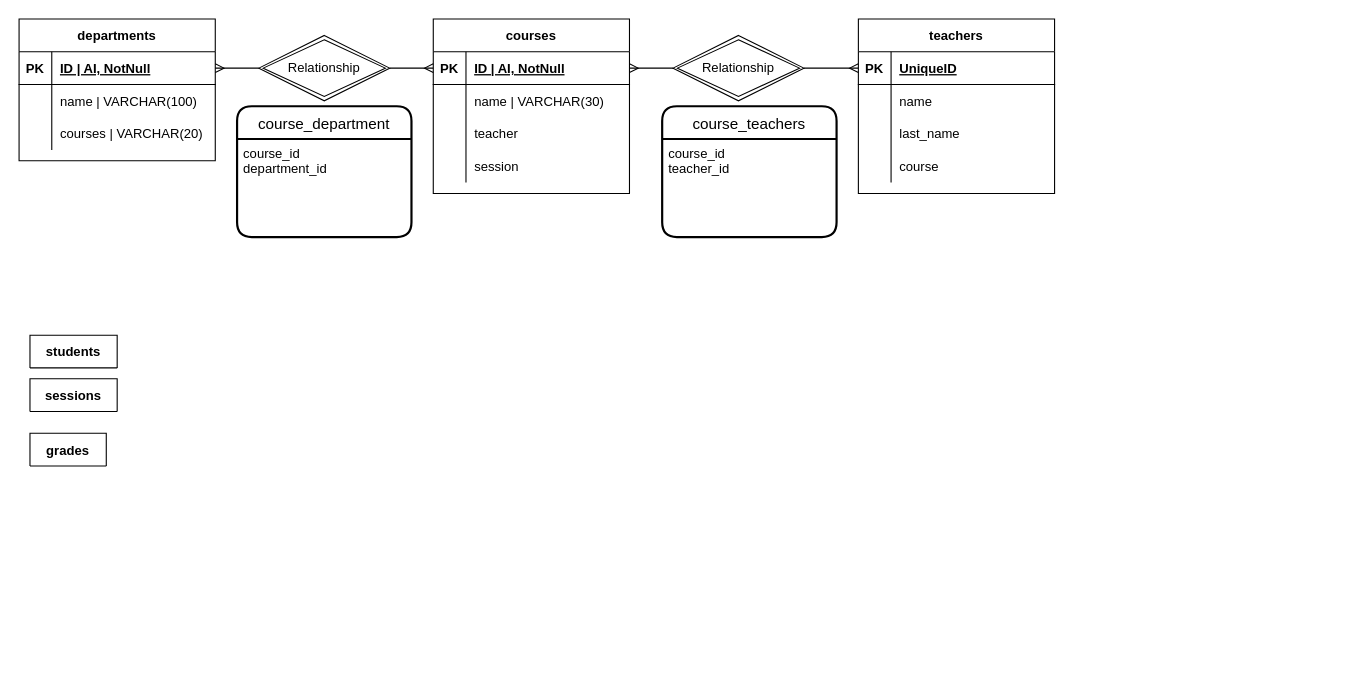
This is db_university.drawio from Moonatic89/db-university, a draw.io file, before an edit. Source tidied: cells renumbered, new cells numbered last; positions are measured from the earlier drawing's top-left corner, leaving out a move shared by most shapes. Both pictures are drawn from the tidied source at 109%, with x=0, y=0 at pixel (19, 19).
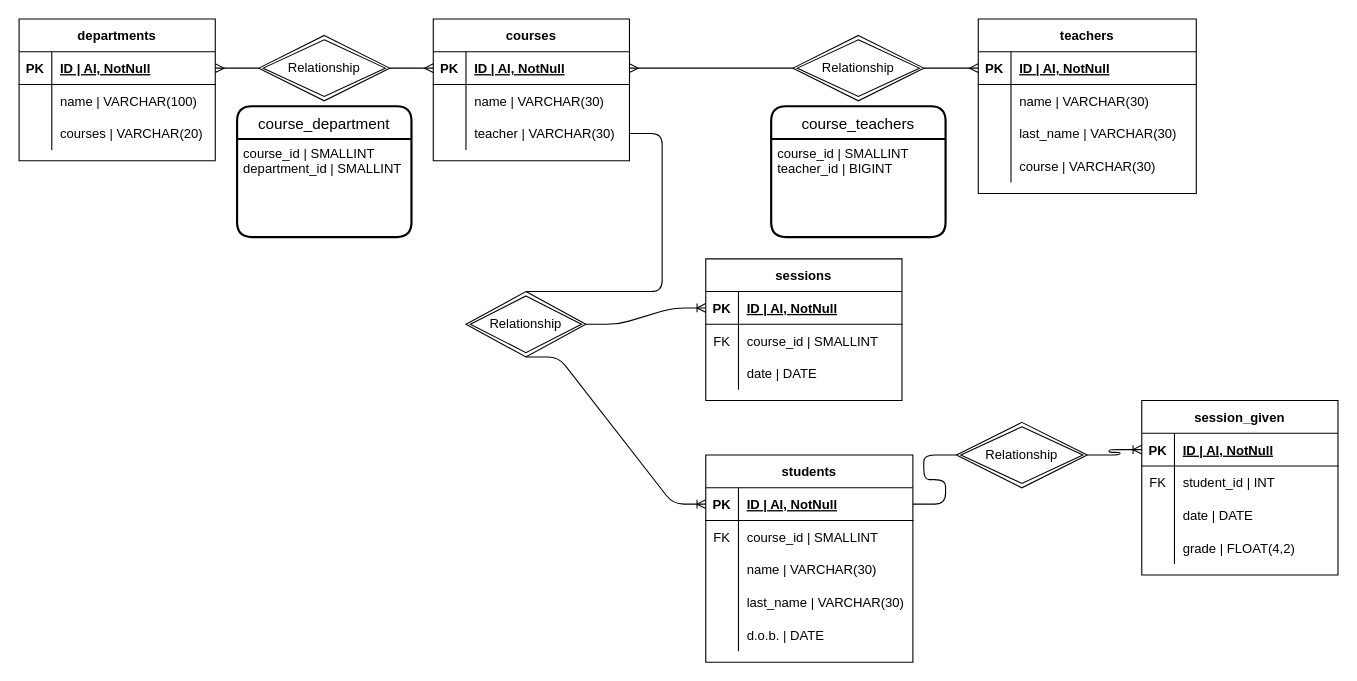
After the change.

Commit message:
Exercise complete

Unchanged cells that the change refers to:
```xml
<mxCell id="19" style="shape=partialRectangle;fillColor=none;top=0;left=0;bottom=0;right=0;points=[[0,0.5],[1,0.5]];portConstraint=eastwest;" parent="12" vertex="1">
  <mxGeometry y="90" width="180" height="30" as="geometry" />
</mxCell>
<mxCell id="44" value="course_department" style="swimlane;horizontal=1;startSize=30;rounded=1;fontSize=14;fontStyle=0;strokeWidth=2;shadow=0;dashed=0;align=center;" parent="1" vertex="1">
  <mxGeometry x="200" y="80" width="160" height="120" as="geometry" />
</mxCell>
```

The edit, as a diff of the source:
```diff
@@
     <mxCell id="12" value="courses" style="shape=table;startSize=30;childLayout=tableLayout;rowLines=0;fontStyle=1;align=center;" parent="1" vertex="1">
-      <mxGeometry x="380" width="180" height="160" as="geometry" />
+      <mxGeometry x="380" width="180" height="130" as="geometry" />
     </mxCell>
@@
-    <mxCell id="21" value="teacher" style="shape=partialRectangle;fillColor=none;top=0;left=0;bottom=0;right=0;align=left;spacingLeft=6;overflow=hidden;" parent="19" vertex="1">
+    <mxCell id="21" value="teacher | VARCHAR(30)" style="shape=partialRectangle;fillColor=none;top=0;left=0;bottom=0;right=0;align=left;spacingLeft=6;overflow=hidden;" parent="19" vertex="1">
       <mxGeometry x="30" width="150" height="30" as="geometry" />
     </mxCell>
-    <mxCell id="22" style="shape=partialRectangle;fillColor=none;top=0;left=0;bottom=0;right=0;" parent="12" vertex="1">
-      <mxGeometry y="120" width="180" height="30" as="geometry" />
-    </mxCell>
-    <mxCell id="23" style="shape=partialRectangle;fillColor=none;top=0;left=0;bottom=0;right=0;overflow=hidden;" parent="22" vertex="1">
-      <mxGeometry width="30" height="30" as="geometry" />
-    </mxCell>
-    <mxCell id="24" value="session" style="shape=partialRectangle;fillColor=none;top=0;left=0;bottom=0;right=0;align=left;spacingLeft=6;overflow=hidden;" parent="22" vertex="1">
-      <mxGeometry x="30" width="150" height="30" as="geometry" />
-    </mxCell>
     <mxCell id="25" value="teachers" style="shape=table;startSize=30;childLayout=tableLayout;rowLines=0;fontStyle=1;align=center;" parent="1" vertex="1">
-      <mxGeometry x="770" width="180" height="160" as="geometry" />
+      <mxGeometry x="880" width="200" height="160" as="geometry" />
     </mxCell>
     <mxCell id="26" style="shape=partialRectangle;fillColor=none;top=0;left=0;bottom=1;right=0;points=[[0,0.5],[1,0.5]];portConstraint=eastwest;" parent="25" vertex="1">
-      <mxGeometry y="30" width="180" height="30" as="geometry" />
+      <mxGeometry y="30" width="200" height="30" as="geometry" />
     </mxCell>
@@
-    <mxCell id="28" value="UniqueID" style="shape=partialRectangle;fillColor=none;top=0;left=0;bottom=0;right=0;align=left;spacingLeft=6;fontStyle=5;overflow=hidden;" parent="26" vertex="1">
-      <mxGeometry x="30" width="150" height="30" as="geometry" />
+    <mxCell id="28" value="ID | AI, NotNull" style="shape=partialRectangle;fillColor=none;top=0;left=0;bottom=0;right=0;align=left;spacingLeft=6;fontStyle=5;overflow=hidden;" parent="26" vertex="1">
+      <mxGeometry x="30" width="170" height="30" as="geometry" />
     </mxCell>
     <mxCell id="29" style="shape=partialRectangle;fillColor=none;top=0;left=0;bottom=0;right=0;" parent="25" vertex="1">
-      <mxGeometry y="60" width="180" height="30" as="geometry" />
+      <mxGeometry y="60" width="200" height="30" as="geometry" />
     </mxCell>
@@
-    <mxCell id="31" value="name" style="shape=partialRectangle;fillColor=none;top=0;left=0;bottom=0;right=0;align=left;spacingLeft=6;overflow=hidden;" parent="29" vertex="1">
-      <mxGeometry x="30" width="150" height="30" as="geometry" />
+    <mxCell id="31" value="name | VARCHAR(30)" style="shape=partialRectangle;fillColor=none;top=0;left=0;bottom=0;right=0;align=left;spacingLeft=6;overflow=hidden;" parent="29" vertex="1">
+      <mxGeometry x="30" width="170" height="30" as="geometry" />
     </mxCell>
     <mxCell id="32" style="shape=partialRectangle;fillColor=none;top=0;left=0;bottom=0;right=0;" parent="25" vertex="1">
-      <mxGeometry y="90" width="180" height="30" as="geometry" />
+      <mxGeometry y="90" width="200" height="30" as="geometry" />
     </mxCell>
@@
-    <mxCell id="34" value="last_name" style="shape=partialRectangle;fillColor=none;top=0;left=0;bottom=0;right=0;align=left;spacingLeft=6;overflow=hidden;" parent="32" vertex="1">
-      <mxGeometry x="30" width="150" height="30" as="geometry" />
+    <mxCell id="34" value="last_name | VARCHAR(30)" style="shape=partialRectangle;fillColor=none;top=0;left=0;bottom=0;right=0;align=left;spacingLeft=6;overflow=hidden;" parent="32" vertex="1">
+      <mxGeometry x="30" width="170" height="30" as="geometry" />
     </mxCell>
     <mxCell id="35" style="shape=partialRectangle;fillColor=none;top=0;left=0;bottom=0;right=0;" parent="25" vertex="1">
-      <mxGeometry y="120" width="180" height="30" as="geometry" />
+      <mxGeometry y="120" width="200" height="30" as="geometry" />
     </mxCell>
@@
-    <mxCell id="37" value="course" style="shape=partialRectangle;fillColor=none;top=0;left=0;bottom=0;right=0;align=left;spacingLeft=6;overflow=hidden;" parent="35" vertex="1">
-      <mxGeometry x="30" width="150" height="30" as="geometry" />
+    <mxCell id="37" value="course | VARCHAR(30)" style="shape=partialRectangle;fillColor=none;top=0;left=0;bottom=0;right=0;align=left;spacingLeft=6;overflow=hidden;" parent="35" vertex="1">
+      <mxGeometry x="30" width="170" height="30" as="geometry" />
     </mxCell>
-    <mxCell id="38" value="students" style="shape=table;startSize=30;childLayout=tableLayout;rowLines=0;fontStyle=1;align=center;" parent="1" vertex="1" collapsed="1">
-      <mxGeometry x="10" y="290" width="80" height="30" as="geometry" />
+    <mxCell id="38" value="students" style="shape=table;startSize=30;childLayout=tableLayout;rowLines=0;fontStyle=1;align=center;" parent="1" vertex="1">
+      <mxGeometry x="630" y="400" width="190" height="190" as="geometry" />
     </mxCell>
+    <mxCell id="52" style="shape=partialRectangle;fillColor=none;top=0;left=0;bottom=1;right=0;points=[[0,0.5],[1,0.5]];portConstraint=eastwest;" parent="38" vertex="1">
+      <mxGeometry y="30" width="190" height="30" as="geometry" />
+    </mxCell>
+    <mxCell id="53" value="PK" style="shape=partialRectangle;fillColor=none;top=0;left=0;bottom=0;right=0;fontStyle=1;overflow=hidden;" parent="52" vertex="1">
+      <mxGeometry width="30" height="30" as="geometry" />
+    </mxCell>
+    <mxCell id="54" value="ID | AI, NotNull" style="shape=partialRectangle;fillColor=none;top=0;left=0;bottom=0;right=0;align=left;spacingLeft=6;fontStyle=5;overflow=hidden;" parent="52" vertex="1">
+      <mxGeometry x="30" width="160" height="30" as="geometry" />
+    </mxCell>
+    <mxCell id="55" style="shape=partialRectangle;fillColor=none;top=0;left=0;bottom=0;right=0;" parent="38" vertex="1">
+      <mxGeometry y="60" width="190" height="30" as="geometry" />
+    </mxCell>
+    <mxCell id="56" value="FK" style="shape=partialRectangle;fillColor=none;top=0;left=0;bottom=0;right=0;overflow=hidden;" parent="55" vertex="1">
+      <mxGeometry width="30" height="30" as="geometry" />
+    </mxCell>
+    <mxCell id="57" value="course_id | SMALLINT" style="shape=partialRectangle;fillColor=none;top=0;left=0;bottom=0;right=0;align=left;spacingLeft=6;overflow=hidden;" parent="55" vertex="1">
+      <mxGeometry x="30" width="160" height="30" as="geometry" />
+    </mxCell>
+    <mxCell id="58" style="shape=partialRectangle;fillColor=none;top=0;left=0;bottom=0;right=0;" parent="38" vertex="1">
+      <mxGeometry y="90" width="190" height="30" as="geometry" />
+    </mxCell>
+    <mxCell id="59" style="shape=partialRectangle;fillColor=none;top=0;left=0;bottom=0;right=0;overflow=hidden;" parent="58" vertex="1">
+      <mxGeometry width="30" height="30" as="geometry" />
+    </mxCell>
+    <mxCell id="60" value="name | VARCHAR(30)" style="shape=partialRectangle;fillColor=none;top=0;left=0;bottom=0;right=0;align=left;spacingLeft=6;overflow=hidden;" parent="58" vertex="1">
+      <mxGeometry x="30" width="160" height="30" as="geometry" />
+    </mxCell>
+    <mxCell id="61" style="shape=partialRectangle;fillColor=none;top=0;left=0;bottom=0;right=0;" parent="38" vertex="1">
+      <mxGeometry y="120" width="190" height="30" as="geometry" />
+    </mxCell>
+    <mxCell id="62" style="shape=partialRectangle;fillColor=none;top=0;left=0;bottom=0;right=0;overflow=hidden;" parent="61" vertex="1">
+      <mxGeometry width="30" height="30" as="geometry" />
+    </mxCell>
+    <mxCell id="63" value="last_name | VARCHAR(30)" style="shape=partialRectangle;fillColor=none;top=0;left=0;bottom=0;right=0;align=left;spacingLeft=6;overflow=hidden;" parent="61" vertex="1">
+      <mxGeometry x="30" width="160" height="30" as="geometry" />
+    </mxCell>
+    <mxCell id="64" style="shape=partialRectangle;fillColor=none;top=0;left=0;bottom=0;right=0;" parent="38" vertex="1">
+      <mxGeometry y="150" width="190" height="30" as="geometry" />
+    </mxCell>
+    <mxCell id="65" style="shape=partialRectangle;fillColor=none;top=0;left=0;bottom=0;right=0;overflow=hidden;" parent="64" vertex="1">
+      <mxGeometry width="30" height="30" as="geometry" />
+    </mxCell>
+    <mxCell id="66" value="d.o.b. | DATE" style="shape=partialRectangle;fillColor=none;top=0;left=0;bottom=0;right=0;align=left;spacingLeft=6;overflow=hidden;" parent="64" vertex="1">
+      <mxGeometry x="30" width="160" height="30" as="geometry" />
+    </mxCell>
-    <mxCell id="39" value="sessions" style="shape=table;startSize=30;childLayout=tableLayout;rowLines=0;fontStyle=1;align=center;" parent="1" vertex="1" collapsed="1">
-      <mxGeometry x="10" y="330" width="80" height="30" as="geometry" />
+    <mxCell id="39" value="sessions" style="shape=table;startSize=30;childLayout=tableLayout;rowLines=0;fontStyle=1;align=center;" parent="1" vertex="1">
+      <mxGeometry x="630" y="220" width="180" height="130" as="geometry" />
     </mxCell>
-    <mxCell id="40" value="grades" style="shape=table;startSize=30;childLayout=tableLayout;rowLines=0;fontStyle=1;align=center;" parent="1" vertex="1" collapsed="1">
-      <mxGeometry x="10" y="380" width="70" height="30" as="geometry" />
-    </mxCell>
+    <mxCell id="67" style="shape=partialRectangle;fillColor=none;top=0;left=0;bottom=1;right=0;points=[[0,0.5],[1,0.5]];portConstraint=eastwest;" parent="39" vertex="1">
+      <mxGeometry y="30" width="180" height="30" as="geometry" />
+    </mxCell>
+    <mxCell id="68" value="PK" style="shape=partialRectangle;fillColor=none;top=0;left=0;bottom=0;right=0;fontStyle=1;overflow=hidden;" parent="67" vertex="1">
+      <mxGeometry width="30" height="30" as="geometry" />
+    </mxCell>
+    <mxCell id="69" value="ID | AI, NotNull" style="shape=partialRectangle;fillColor=none;top=0;left=0;bottom=0;right=0;align=left;spacingLeft=6;fontStyle=5;overflow=hidden;" parent="67" vertex="1">
+      <mxGeometry x="30" width="150" height="30" as="geometry" />
+    </mxCell>
+    <mxCell id="70" style="shape=partialRectangle;fillColor=none;top=0;left=0;bottom=0;right=0;" parent="39" vertex="1">
+      <mxGeometry y="60" width="180" height="30" as="geometry" />
+    </mxCell>
+    <mxCell id="71" value="FK" style="shape=partialRectangle;fillColor=none;top=0;left=0;bottom=0;right=0;overflow=hidden;" parent="70" vertex="1">
+      <mxGeometry width="30" height="30" as="geometry" />
+    </mxCell>
+    <mxCell id="72" value="course_id | SMALLINT" style="shape=partialRectangle;fillColor=none;top=0;left=0;bottom=0;right=0;align=left;spacingLeft=6;overflow=hidden;" parent="70" vertex="1">
+      <mxGeometry x="30" width="150" height="30" as="geometry" />
+    </mxCell>
+    <mxCell id="73" style="shape=partialRectangle;fillColor=none;top=0;left=0;bottom=0;right=0;" parent="39" vertex="1">
+      <mxGeometry y="90" width="180" height="30" as="geometry" />
+    </mxCell>
+    <mxCell id="74" style="shape=partialRectangle;fillColor=none;top=0;left=0;bottom=0;right=0;overflow=hidden;" parent="73" vertex="1">
+      <mxGeometry width="30" height="30" as="geometry" />
+    </mxCell>
+    <mxCell id="75" value="date | DATE" style="shape=partialRectangle;fillColor=none;top=0;left=0;bottom=0;right=0;align=left;spacingLeft=6;overflow=hidden;" parent="73" vertex="1">
+      <mxGeometry x="30" width="150" height="30" as="geometry" />
+    </mxCell>
@@
-    <mxCell id="45" value="course_id&#10;department_id" style="align=left;strokeColor=none;fillColor=none;spacingLeft=4;fontSize=12;verticalAlign=top;" parent="44" vertex="1">
+    <mxCell id="45" value="course_id | SMALLINT&#10;department_id | SMALLINT" style="align=left;strokeColor=none;fillColor=none;spacingLeft=4;fontSize=12;verticalAlign=top;" parent="44" vertex="1">
       <mxGeometry y="30" width="160" height="90" as="geometry" />
     </mxCell>
@@
     <mxCell id="47" value="Relationship" style="shape=rhombus;double=1;perimeter=rhombusPerimeter;whiteSpace=wrap;html=1;align=center;" parent="1" vertex="1">
-      <mxGeometry x="600" y="15" width="120" height="60" as="geometry" />
+      <mxGeometry x="710" y="15" width="120" height="60" as="geometry" />
     </mxCell>
@@
     <mxCell id="49" value="course_teachers" style="swimlane;horizontal=1;startSize=30;rounded=1;fontSize=14;fontStyle=0;strokeWidth=2;shadow=0;dashed=0;align=center;" parent="1" vertex="1">
-      <mxGeometry x="590" y="80" width="160" height="120" as="geometry" />
+      <mxGeometry x="690" y="80" width="160" height="120" as="geometry" />
     </mxCell>
@@
-    <mxCell id="51" value="course_id&#10;teacher_id" style="align=left;strokeColor=none;fillColor=none;spacingLeft=4;fontSize=12;verticalAlign=top;" parent="49" vertex="1">
+    <mxCell id="51" value="course_id | SMALLINT&#10;teacher_id | BIGINT" style="align=left;strokeColor=none;fillColor=none;spacingLeft=4;fontSize=12;verticalAlign=top;" parent="49" vertex="1">
       <mxGeometry y="30" width="160" height="90" as="geometry" />
     </mxCell>
+    <mxCell id="76" style="edgeStyle=entityRelationEdgeStyle;fontSize=12;html=1;endArrow=ERoneToMany;entryX=0;entryY=0.5;entryDx=0;entryDy=0;exitX=1;exitY=0.5;exitDx=0;exitDy=0;startArrow=none;" parent="1" edge="1" source="77" target="67">
+      <mxGeometry relative="1" as="geometry" />
+    </mxCell>
+    <mxCell id="77" value="Relationship" style="shape=rhombus;double=1;perimeter=rhombusPerimeter;whiteSpace=wrap;html=1;align=center;" parent="1" vertex="1">
+      <mxGeometry x="410" y="250" width="110" height="60" as="geometry" />
+    </mxCell>
+    <mxCell id="78" style="edgeStyle=entityRelationEdgeStyle;fontSize=12;html=1;endArrow=none;entryX=0.5;entryY=0;entryDx=0;entryDy=0;" parent="1" edge="1" source="19" target="77">
+      <mxGeometry relative="1" as="geometry" />
+    </mxCell>
+    <mxCell id="79" style="edgeStyle=entityRelationEdgeStyle;fontSize=12;html=1;endArrow=ERoneToMany;exitX=0.5;exitY=1;exitDx=0;exitDy=0;entryX=0;entryY=0.5;entryDx=0;entryDy=0;startArrow=none;" parent="1" edge="1" source="77" target="52">
+      <mxGeometry relative="1" as="geometry" />
+    </mxCell>
+    <mxCell id="80" value="session_given" style="shape=table;startSize=30;childLayout=tableLayout;rowLines=0;fontStyle=1;align=center;" parent="1" vertex="1">
+      <mxGeometry x="1030" y="350" width="180" height="160" as="geometry" />
+    </mxCell>
+    <mxCell id="81" style="shape=partialRectangle;fillColor=none;top=0;left=0;bottom=1;right=0;points=[[0,0.5],[1,0.5]];portConstraint=eastwest;" parent="80" vertex="1">
+      <mxGeometry y="30" width="180" height="30" as="geometry" />
+    </mxCell>
+    <mxCell id="82" value="PK" style="shape=partialRectangle;fillColor=none;top=0;left=0;bottom=0;right=0;fontStyle=1;overflow=hidden;" parent="81" vertex="1">
+      <mxGeometry width="30" height="30" as="geometry" />
+    </mxCell>
+    <mxCell id="83" value="ID | AI, NotNull" style="shape=partialRectangle;fillColor=none;top=0;left=0;bottom=0;right=0;align=left;spacingLeft=6;fontStyle=5;overflow=hidden;" parent="81" vertex="1">
+      <mxGeometry x="30" width="150" height="30" as="geometry" />
+    </mxCell>
+    <mxCell id="84" style="shape=partialRectangle;fillColor=none;top=0;left=0;bottom=0;right=0;" parent="80" vertex="1">
+      <mxGeometry y="60" width="180" height="30" as="geometry" />
+    </mxCell>
+    <mxCell id="85" value="FK" style="shape=partialRectangle;fillColor=none;top=0;left=0;bottom=0;right=0;overflow=hidden;" parent="84" vertex="1">
+      <mxGeometry width="30" height="30" as="geometry" />
+    </mxCell>
+    <mxCell id="86" value="student_id | INT" style="shape=partialRectangle;fillColor=none;top=0;left=0;bottom=0;right=0;align=left;spacingLeft=6;overflow=hidden;" parent="84" vertex="1">
+      <mxGeometry x="30" width="150" height="30" as="geometry" />
+    </mxCell>
+    <mxCell id="87" style="shape=partialRectangle;fillColor=none;top=0;left=0;bottom=0;right=0;" parent="80" vertex="1">
+      <mxGeometry y="90" width="180" height="30" as="geometry" />
+    </mxCell>
+    <mxCell id="88" style="shape=partialRectangle;fillColor=none;top=0;left=0;bottom=0;right=0;overflow=hidden;" parent="87" vertex="1">
+      <mxGeometry width="30" height="30" as="geometry" />
+    </mxCell>
+    <mxCell id="89" value="date | DATE" style="shape=partialRectangle;fillColor=none;top=0;left=0;bottom=0;right=0;align=left;spacingLeft=6;overflow=hidden;" parent="87" vertex="1">
+      <mxGeometry x="30" width="150" height="30" as="geometry" />
+    </mxCell>
+    <mxCell id="22" style="shape=partialRectangle;fillColor=none;top=0;left=0;bottom=0;right=0;" parent="80" vertex="1">
+      <mxGeometry y="120" width="180" height="30" as="geometry" />
+    </mxCell>
+    <mxCell id="90" style="shape=partialRectangle;fillColor=none;top=0;left=0;bottom=0;right=0;overflow=hidden;" parent="22" vertex="1">
+      <mxGeometry width="30" height="30" as="geometry" />
+    </mxCell>
+    <mxCell id="91" value="grade | FLOAT(4,2)" style="shape=partialRectangle;fillColor=none;top=0;left=0;bottom=0;right=0;align=left;spacingLeft=6;overflow=hidden;" parent="22" vertex="1">
+      <mxGeometry x="30" width="150" height="30" as="geometry" />
+    </mxCell>
+    <mxCell id="92" style="edgeStyle=entityRelationEdgeStyle;fontSize=12;html=1;endArrow=ERoneToMany;exitX=1;exitY=0.5;exitDx=0;exitDy=0;startArrow=none;" parent="1" edge="1" source="93" target="81">
+      <mxGeometry relative="1" as="geometry" />
+    </mxCell>
+    <mxCell id="93" value="Relationship" style="shape=rhombus;double=1;perimeter=rhombusPerimeter;whiteSpace=wrap;html=1;align=center;" parent="1" vertex="1">
+      <mxGeometry x="860" y="370" width="120" height="60" as="geometry" />
+    </mxCell>
+    <mxCell id="94" style="edgeStyle=entityRelationEdgeStyle;fontSize=12;html=1;endArrow=none;exitX=1;exitY=0.5;exitDx=0;exitDy=0;" parent="1" edge="1" source="52" target="93">
+      <mxGeometry relative="1" as="geometry" />
+    </mxCell>
```
